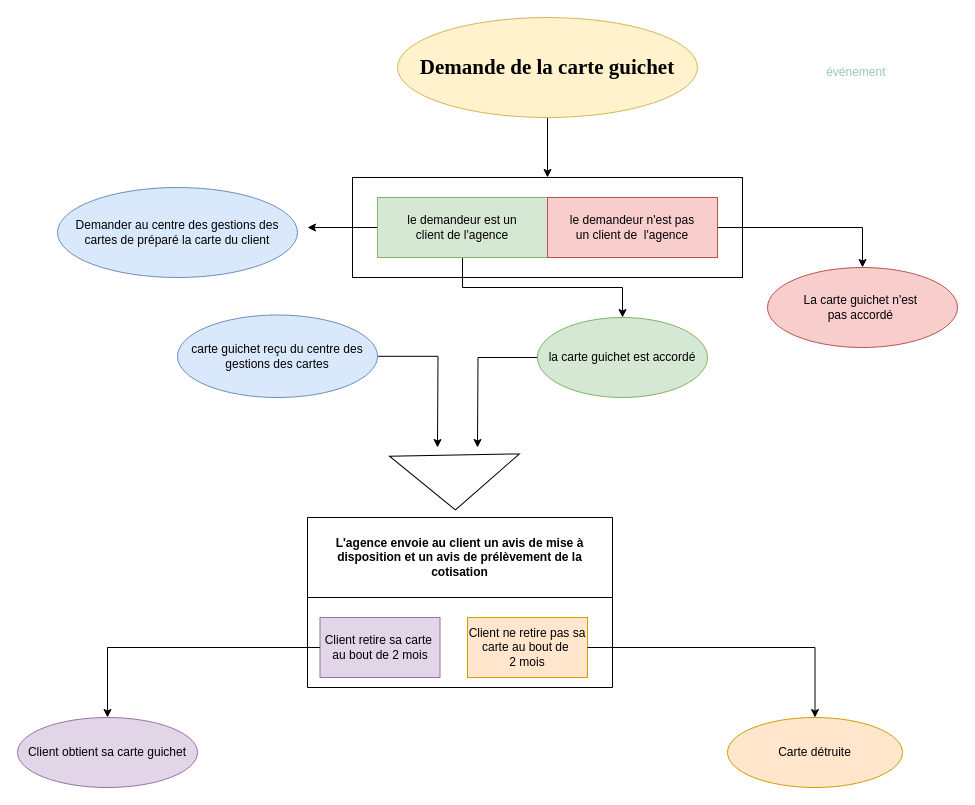
This is TD1/Ex2_MCT.drawio from Freyja099/MERISE_uni, a draw.io file, before an edit. Source tidied: cells renumbered, new cells numbered last; positions are measured from the earlier drawing's top-left corner, leaving out a move shared by most shapes. Both pictures are drawn from the tidied source at 100%, with x=0, y=0 at pixel (17, 17).
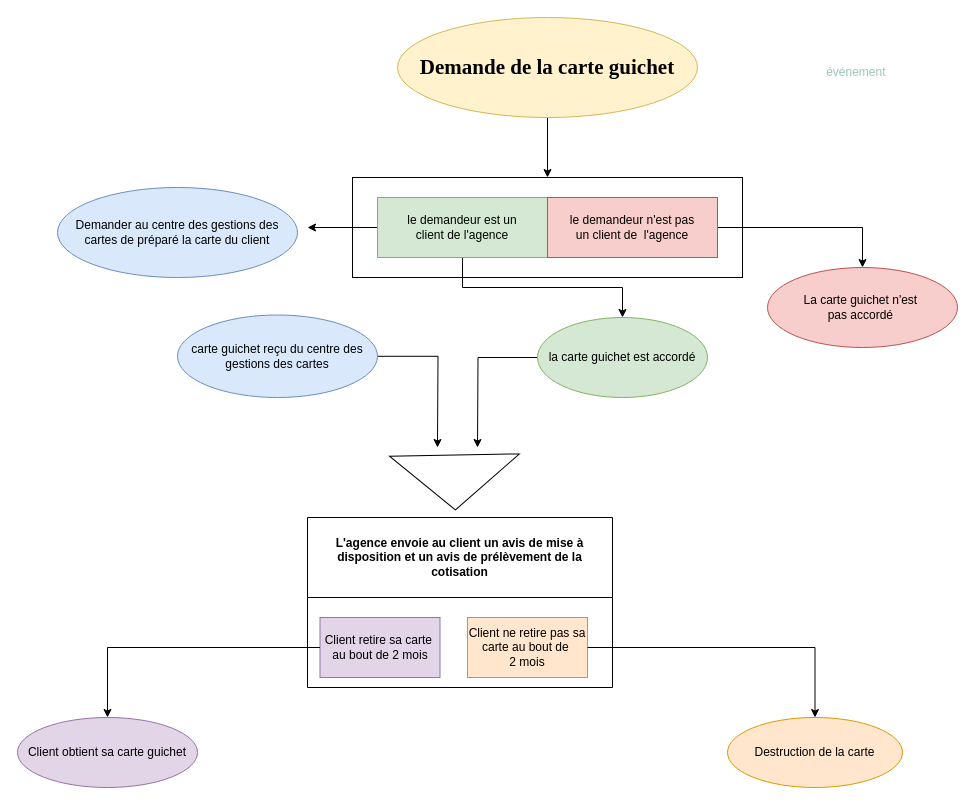
The same diagram, later.

Commit message (it also covers changes not shown here):
Mettre à jour Ex2_MCT.drawio

Diff of the diagram source:
```diff
@@
-    <mxCell id="21" value="Carte détruite" style="ellipse;whiteSpace=wrap;html=1;fillColor=#ffe6cc;strokeColor=#d79b00;" parent="1" vertex="1">
+    <mxCell id="21" value="Destruction de la carte" style="ellipse;whiteSpace=wrap;html=1;fillColor=#ffe6cc;strokeColor=#d79b00;" parent="1" vertex="1">
       <mxGeometry x="710" y="700" width="175" height="70" as="geometry" />
     </mxCell>
```
